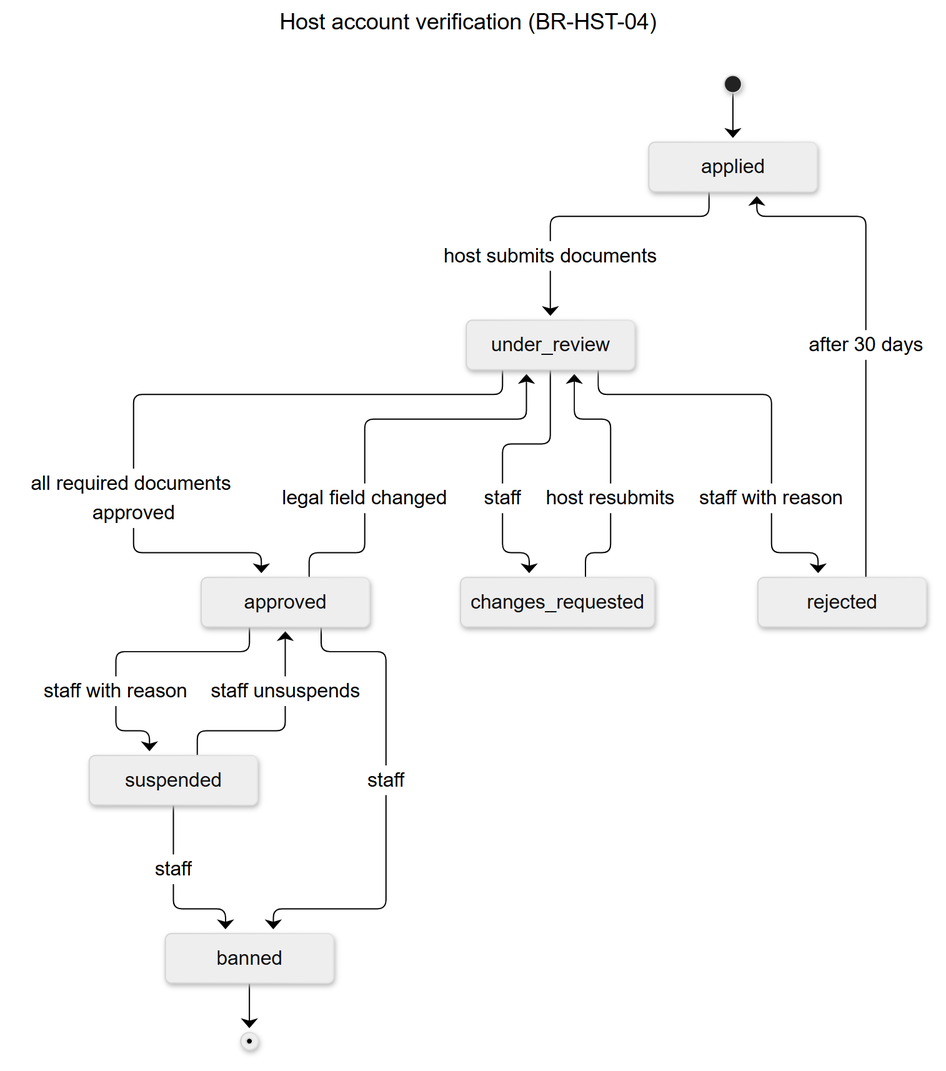
Earlier version of the Mermaid export docs/backend/diagrams/rendered/12-host-verification-states.png (med-amine-ok/darna). Its source is kept beside it as docs/backend/diagrams/12-host-verification-states.mmd. The source it was exported from:
```mermaid
---
title: Host account verification (BR-HST-04)
---
stateDiagram-v2
    [*] --> applied
    applied --> under_review: host submits documents
    under_review --> approved: all required documents approved
    under_review --> changes_requested: staff
    under_review --> rejected: staff with reason
    changes_requested --> under_review: host resubmits
    rejected --> applied: after 30 days
    approved --> under_review: legal field changed
    approved --> suspended: staff with reason
    suspended --> approved: staff unsuspends
    approved --> banned: staff
    suspended --> banned: staff
    banned --> [*]
```
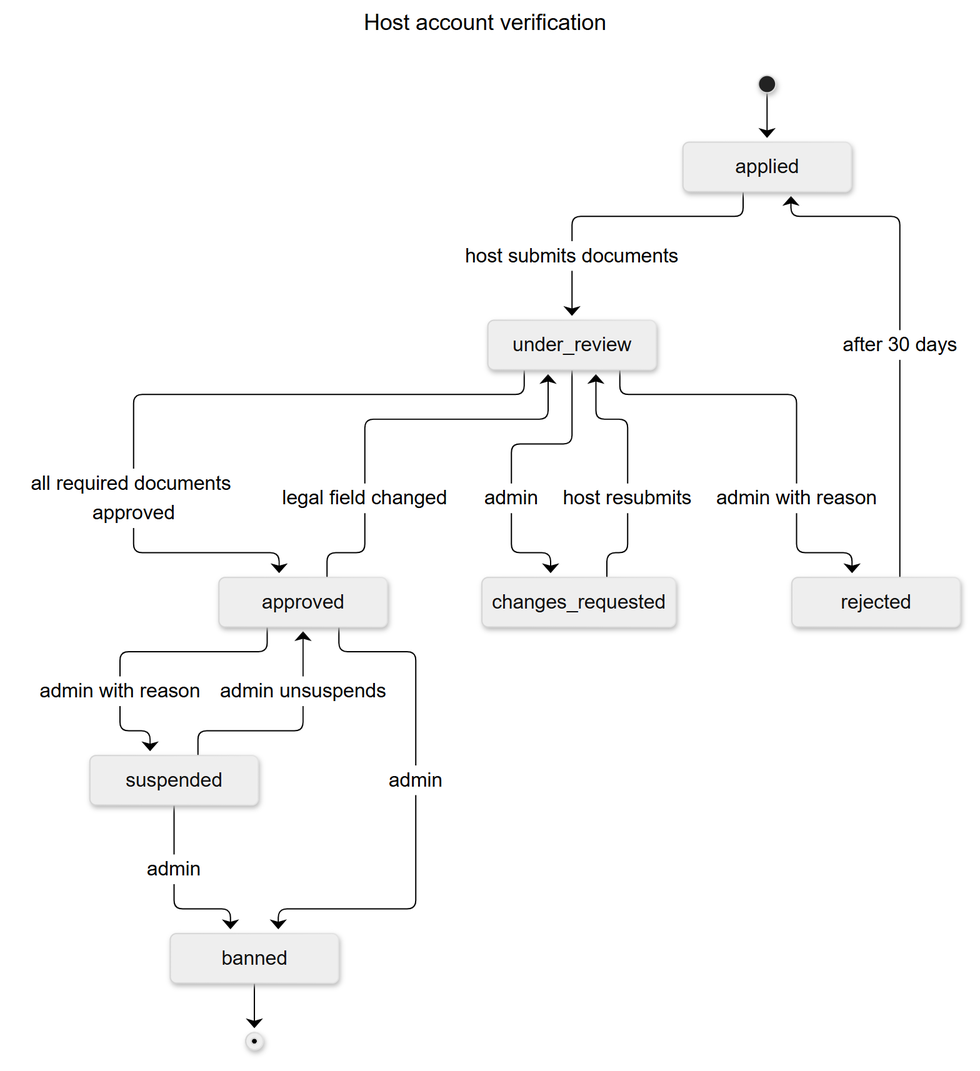
Later version of the same file.

Change to the diagram source:
```diff
@@ -1,17 +1,17 @@
 ---
-title: Host account verification (BR-HST-04)
+title: Host account verification
 ---
 stateDiagram-v2
     [*] --> applied
     applied --> under_review: host submits documents
     under_review --> approved: all required documents approved
-    under_review --> changes_requested: staff
-    under_review --> rejected: staff with reason
+    under_review --> changes_requested: admin
+    under_review --> rejected: admin with reason
     changes_requested --> under_review: host resubmits
     rejected --> applied: after 30 days
     approved --> under_review: legal field changed
-    approved --> suspended: staff with reason
-    suspended --> approved: staff unsuspends
-    approved --> banned: staff
-    suspended --> banned: staff
+    approved --> suspended: admin with reason
+    suspended --> approved: admin unsuspends
+    approved --> banned: admin
+    suspended --> banned: admin
     banned --> [*]
```
